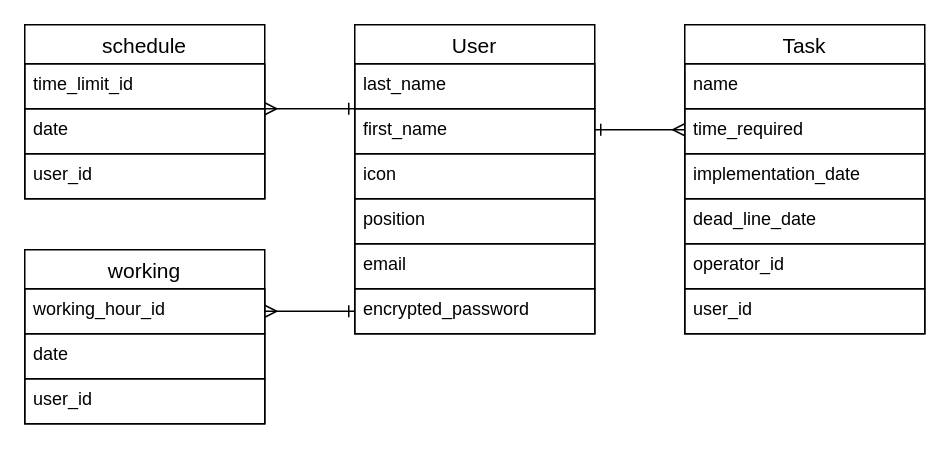
Earlier version of the draw.io diagram test.dio (Yurika-1016/team-task-app-33991). Source tidied: cells renumbered, new cells numbered last; positions are measured from the earlier drawing's top-left corner, leaving out a move shared by most shapes. Both pictures are drawn from the tidied source at 150%, with x=0, y=0 at pixel (24, 24).
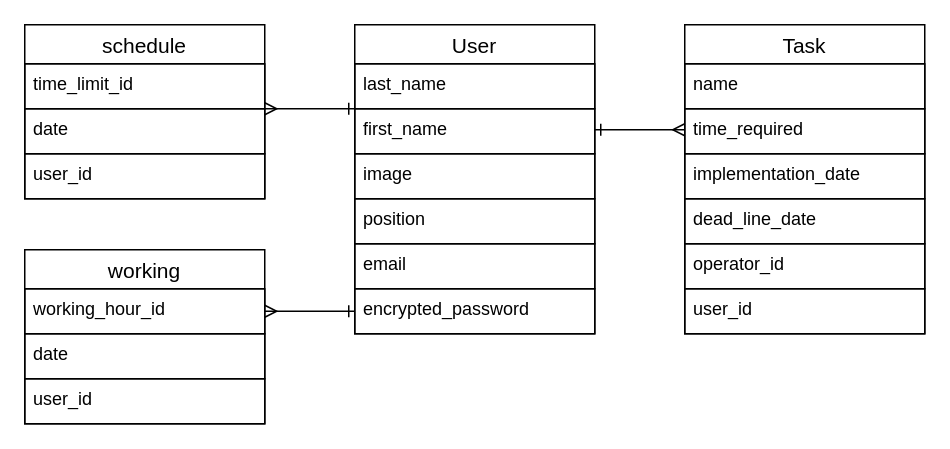
Above is the later version.

Unchanged cells that the change refers to:
```xml
<mxCell id="2" value="User" style="swimlane;fontStyle=0;horizontal=1;startSize=26;align=center;fontSize=14;strokeColor=#000000;labelBorderColor=none;swimlaneFillColor=none;" parent="1" vertex="1">
  <mxGeometry x="220" width="160" height="206" as="geometry" />
</mxCell>
```

What changed in the source:
```diff
@@
-    <mxCell id="6" value="icon" style="text;fillColor=none;spacingLeft=4;spacingRight=4;overflow=hidden;fontSize=12;strokeColor=#000000;fontColor=#000000;" parent="2" vertex="1">
+    <mxCell id="6" value="image" style="text;fillColor=none;spacingLeft=4;spacingRight=4;overflow=hidden;fontSize=12;strokeColor=#000000;fontColor=#000000;" parent="2" vertex="1">
       <mxGeometry y="86" width="160" height="30" as="geometry" />
     </mxCell>
```
